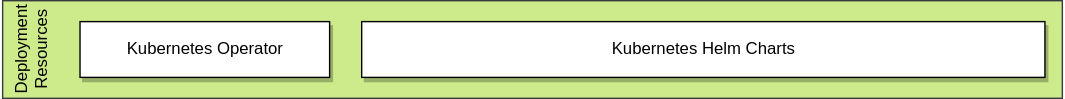
Above: site/docs/release-notes/deployment-resources-functional-detail.svg in odpi/egeria-docs (draw.io), before the change. Source tidied: cells renumbered, new cells last; positions are measured from the earlier drawing's top-left corner, leaving out a move shared by most shapes.
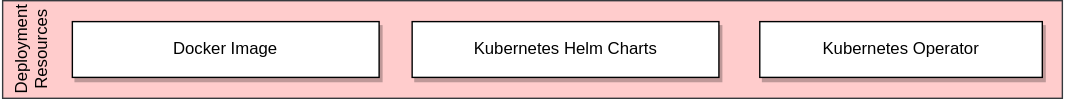
After the commit.

Commit message:
Update functional stack

Diff of the diagram source:
```diff
@@ -2,14 +2,17 @@
   <root>
     <mxCell id="0" />
     <mxCell id="1" parent="0" />
-    <mxCell id="2" value="Deployment Resources" style="rounded=0;whiteSpace=wrap;html=1;horizontal=0;verticalAlign=top;fillColor=#cdeb8b;strokeColor=#36393d;" parent="1" vertex="1">
-      <mxGeometry width="760" height="70" as="geometry" />
+    <mxCell id="2" value="Deployment Resources" style="rounded=0;whiteSpace=wrap;html=1;horizontal=0;verticalAlign=top;fillColor=#ffcccc;strokeColor=#36393d;" parent="1" vertex="1">
+      <mxGeometry x="2569" width="760" height="70" as="geometry" />
     </mxCell>
     <mxCell id="3" value="Kubernetes Operator" style="rounded=0;whiteSpace=wrap;html=1;align=center;shadow=1;" parent="1" vertex="1">
-      <mxGeometry x="55.5" y="15" width="179" height="40" as="geometry" />
+      <mxGeometry x="3112" y="15" width="202.6" height="40" as="geometry" />
     </mxCell>
     <mxCell id="4" value="Kubernetes Helm Charts" style="rounded=0;whiteSpace=wrap;html=1;align=center;shadow=1;" parent="1" vertex="1">
-      <mxGeometry x="257.5" y="15" width="490" height="40" as="geometry" />
+      <mxGeometry x="2862.7" y="15" width="220" height="40" as="geometry" />
     </mxCell>
+    <mxCell id="5" value="Docker Image" style="rounded=0;whiteSpace=wrap;html=1;align=center;shadow=1;" parent="1" vertex="1">
+      <mxGeometry x="2619" y="15" width="220" height="40" as="geometry" />
+    </mxCell>
   </root>
 </mxGraphModel>
```
